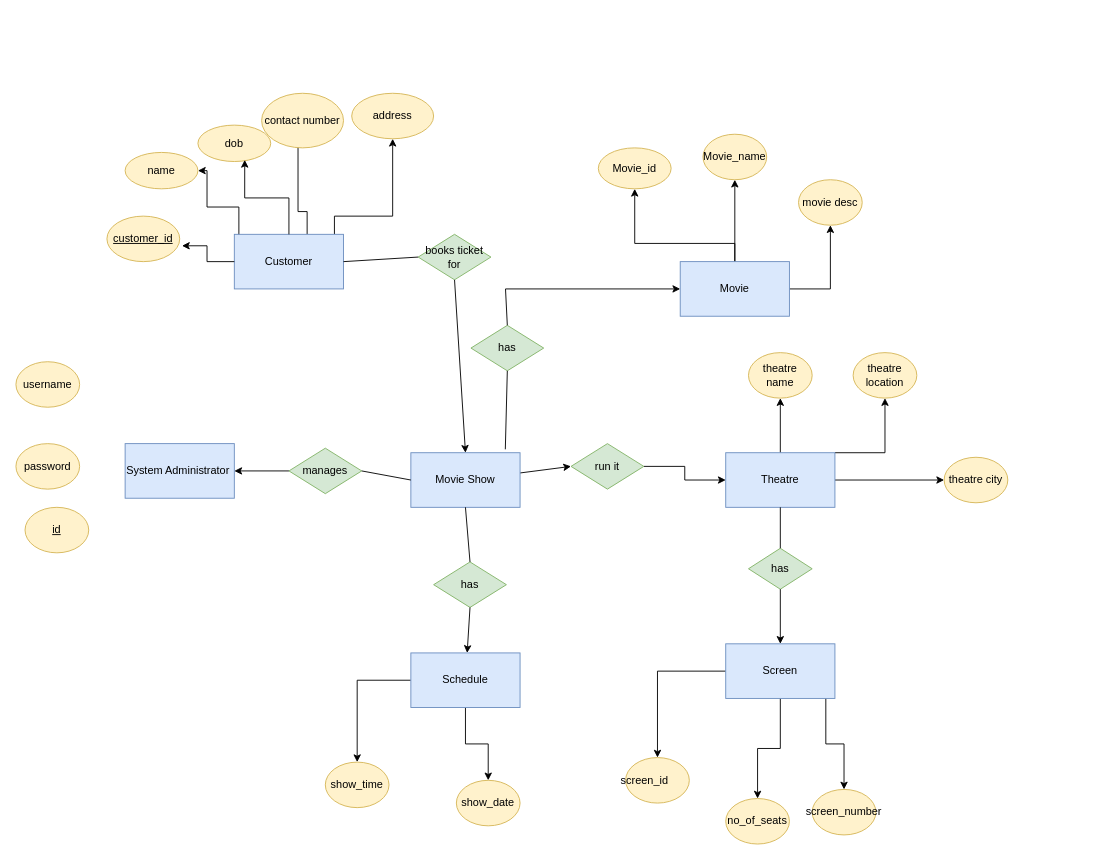
This is page "Page-2" (2 of 2) of usecase diagram.drawio from abhihksd/MovieBookingWebsite, a draw.io file, before an edit. Source tidied: cells renumbered, new cells numbered last; positions are measured from the earlier drawing's top-left corner, leaving out a move shared by most shapes. Both pictures are drawn from the tidied source at 91%, with x=0, y=0 at pixel (15, 93).
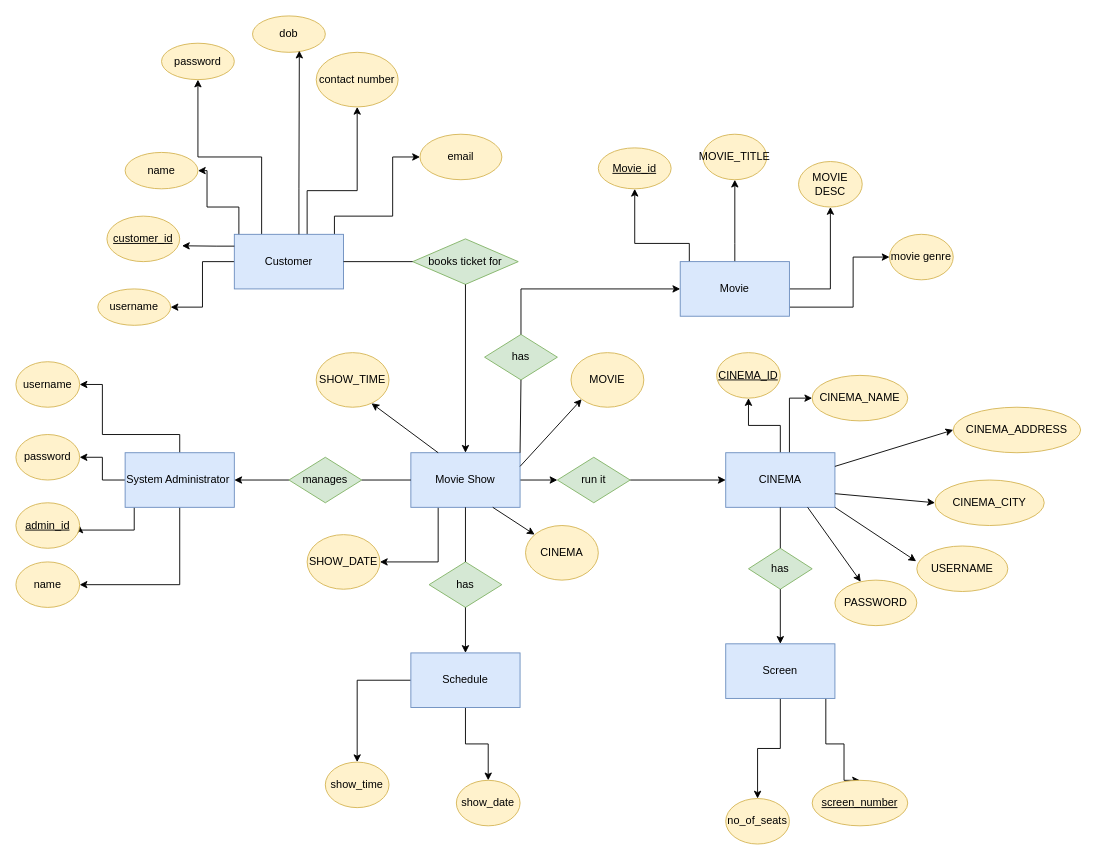
Above is the later version.

Unchanged cells that the change refers to:
```xml
<mxCell id="3" value="Movie Show" style="rounded=0;whiteSpace=wrap;html=1;fillColor=#dae8fc;strokeColor=#6c8ebf;" parent="1" vertex="1">
  <mxGeometry x="434" y="395" width="120" height="60" as="geometry" />
</mxCell>
<mxCell id="7" value="Customer" style="rounded=0;whiteSpace=wrap;html=1;fillColor=#dae8fc;strokeColor=#6c8ebf;" parent="1" vertex="1">
  <mxGeometry x="240" y="155" width="120" height="60" as="geometry" />
</mxCell>
<mxCell id="18" value="Movie" style="rounded=0;whiteSpace=wrap;html=1;fillColor=#dae8fc;strokeColor=#6c8ebf;" parent="1" vertex="1">
  <mxGeometry x="730" y="185" width="120" height="60" as="geometry" />
</mxCell>
<mxCell id="35" value="Screen" style="rounded=0;whiteSpace=wrap;html=1;fillColor=#dae8fc;strokeColor=#6c8ebf;" parent="1" vertex="1">
  <mxGeometry x="780" y="605" width="120" height="60" as="geometry" />
</mxCell>
<mxCell id="41" value="&lt;u&gt;customer_id&lt;/u&gt;" style="ellipse;whiteSpace=wrap;html=1;fillColor=#fff2cc;strokeColor=#d6b656;" parent="1" vertex="1">
  <mxGeometry x="100" y="135" width="80" height="50" as="geometry" />
</mxCell>
<mxCell id="48" value="username" style="ellipse;whiteSpace=wrap;html=1;fillColor=#fff2cc;strokeColor=#d6b656;" parent="1" vertex="1">
  <mxGeometry y="295" width="70" height="50" as="geometry" />
</mxCell>
```

Diff of the diagram source:
```diff
@@
+    <mxCell id="62" style="edgeStyle=orthogonalEdgeStyle;rounded=0;jettySize=auto;html=1;exitX=0.25;exitY=1;exitDx=0;exitDy=0;entryX=1;entryY=0.5;entryDx=0;entryDy=0;" parent="1" edge="1" source="3" target="72">
+      <mxGeometry relative="1" as="geometry" />
+    </mxCell>
@@
+    <mxCell id="6" style="edgeStyle=orthogonalEdgeStyle;rounded=0;jettySize=auto;html=1;" parent="1" edge="1" source="7" target="44">
+      <mxGeometry relative="1" as="geometry">
+        <Array as="points">
+          <mxPoint x="350" y="135" />
+          <mxPoint x="414" y="135" />
+        </Array>
+      </mxGeometry>
+    </mxCell>
     <mxCell id="5" style="edgeStyle=orthogonalEdgeStyle;rounded=0;jettySize=auto;html=1;entryX=0.5;entryY=1;entryDx=0;entryDy=0;" parent="1" edge="1" source="7" target="45">
       <mxGeometry relative="1" as="geometry">
         <Array as="points">
-          <mxPoint x="320" y="130" />
-          <mxPoint x="310" y="130" />
-          <mxPoint x="310" y="35" />
+          <mxPoint x="320" y="107" />
+          <mxPoint x="375" y="107" />
         </Array>
       </mxGeometry>
     </mxCell>
-    <mxCell id="6" style="edgeStyle=orthogonalEdgeStyle;rounded=0;jettySize=auto;html=1;" parent="1" edge="1" source="7" target="44">
-      <mxGeometry relative="1" as="geometry">
-        <Array as="points">
-          <mxPoint x="350" y="135" />
-          <mxPoint x="414" y="135" />
-        </Array>
-      </mxGeometry>
-    </mxCell>
+    <mxCell id="63" style="edgeStyle=orthogonalEdgeStyle;rounded=0;jettySize=auto;html=1;" parent="1" edge="1" source="7" target="80">
+      <mxGeometry relative="1" as="geometry" />
+    </mxCell>
+    <mxCell id="64" style="edgeStyle=orthogonalEdgeStyle;rounded=0;jettySize=auto;html=1;entryX=0.5;entryY=1;entryDx=0;entryDy=0;" parent="1" edge="1" source="7" target="79">
+      <mxGeometry relative="1" as="geometry">
+        <Array as="points">
+          <mxPoint x="270" y="70" />
+          <mxPoint x="200" y="70" />
+        </Array>
+      </mxGeometry>
+    </mxCell>
@@
     <mxCell id="8" style="edgeStyle=orthogonalEdgeStyle;rounded=0;jettySize=auto;html=1;entryX=0;entryY=0.5;entryDx=0;entryDy=0;" parent="1" edge="1" source="11" target="58">
-      <mxGeometry relative="1" as="geometry" />
+      <mxGeometry relative="1" as="geometry">
+        <Array as="points">
+          <mxPoint x="850" y="335" />
+        </Array>
+      </mxGeometry>
     </mxCell>
-    <mxCell id="9" style="edgeStyle=orthogonalEdgeStyle;rounded=0;jettySize=auto;html=1;entryX=0.5;entryY=1;entryDx=0;entryDy=0;exitX=1;exitY=0;exitDx=0;exitDy=0;" parent="1" edge="1" source="11" target="57">
-      <mxGeometry relative="1" as="geometry">
-        <Array as="points">
-          <mxPoint x="955" y="395" />
-        </Array>
-      </mxGeometry>
-    </mxCell>
@@
-    <mxCell id="11" value="Theatre" style="rounded=0;whiteSpace=wrap;html=1;fillColor=#dae8fc;strokeColor=#6c8ebf;" parent="1" vertex="1">
+    <mxCell id="11" value="CINEMA" style="rounded=0;whiteSpace=wrap;html=1;fillColor=#dae8fc;strokeColor=#6c8ebf;" parent="1" vertex="1">
       <mxGeometry x="780" y="395" width="120" height="60" as="geometry" />
     </mxCell>
@@
     <mxCell id="15" style="edgeStyle=orthogonalEdgeStyle;rounded=0;jettySize=auto;html=1;entryX=0.5;entryY=1;entryDx=0;entryDy=0;" parent="1" edge="1" source="18" target="59">
       <mxGeometry relative="1" as="geometry">
         <Array as="points">
-          <mxPoint x="790" y="165" />
+          <mxPoint x="740" y="165" />
           <mxPoint x="680" y="165" />
         </Array>
       </mxGeometry>
     </mxCell>
-    <mxCell id="16" style="edgeStyle=orthogonalEdgeStyle;rounded=0;jettySize=auto;html=1;entryX=0.5;entryY=1;entryDx=0;entryDy=0;" parent="1" edge="1" source="18" target="60">
-      <mxGeometry relative="1" as="geometry" />
+    <mxCell id="16" style="edgeStyle=orthogonalEdgeStyle;rounded=0;jettySize=auto;html=1;entryX=0.5;entryY=1;entryDx=0;entryDy=0;" parent="1" edge="1" source="18">
+      <mxGeometry relative="1" as="geometry">
+        <mxPoint x="790" y="95" as="targetPoint" />
+        <Array as="points">
+          <mxPoint x="790" y="165" />
+          <mxPoint x="790" y="165" />
+        </Array>
+      </mxGeometry>
     </mxCell>
@@
+    <mxCell id="65" style="edgeStyle=orthogonalEdgeStyle;rounded=0;jettySize=auto;html=1;" parent="1" edge="1" source="18" target="78">
+      <mxGeometry relative="1" as="geometry">
+        <Array as="points">
+          <mxPoint x="920" y="235" />
+          <mxPoint x="920" y="180" />
+        </Array>
+      </mxGeometry>
+    </mxCell>
@@
+    <mxCell id="66" style="edgeStyle=orthogonalEdgeStyle;rounded=0;jettySize=auto;html=1;entryX=1;entryY=0.5;entryDx=0;entryDy=0;" parent="1" edge="1" source="19" target="49">
+      <mxGeometry relative="1" as="geometry" />
+    </mxCell>
+    <mxCell id="67" style="edgeStyle=orthogonalEdgeStyle;rounded=0;jettySize=auto;html=1;entryX=1;entryY=0.5;entryDx=0;entryDy=0;" parent="1" edge="1" source="19" target="50">
+      <mxGeometry relative="1" as="geometry">
+        <Array as="points">
+          <mxPoint x="130" y="480" />
+        </Array>
+      </mxGeometry>
+    </mxCell>
+    <mxCell id="68" style="edgeStyle=orthogonalEdgeStyle;rounded=0;jettySize=auto;html=1;entryX=1;entryY=0.5;entryDx=0;entryDy=0;" parent="1" edge="1" source="19" target="48">
+      <mxGeometry relative="1" as="geometry">
+        <Array as="points">
+          <mxPoint x="180" y="375" />
+          <mxPoint x="95" y="375" />
+          <mxPoint x="95" y="320" />
+        </Array>
+      </mxGeometry>
+    </mxCell>
+    <mxCell id="69" style="edgeStyle=orthogonalEdgeStyle;rounded=0;jettySize=auto;html=1;entryX=1;entryY=0.5;entryDx=0;entryDy=0;" parent="1" edge="1" source="19" target="81">
+      <mxGeometry relative="1" as="geometry">
+        <Array as="points">
+          <mxPoint x="180" y="540" />
+        </Array>
+      </mxGeometry>
+    </mxCell>
     <mxCell id="19" value="System Administrator&amp;nbsp;" style="rounded=0;whiteSpace=wrap;html=1;fillColor=#dae8fc;strokeColor=#6c8ebf;" parent="1" vertex="1">
-      <mxGeometry x="120" y="385" width="120" height="60" as="geometry" />
+      <mxGeometry x="120" y="395" width="120" height="60" as="geometry" />
     </mxCell>
     <mxCell id="20" value="has" style="rhombus;whiteSpace=wrap;html=1;fillColor=#d5e8d4;strokeColor=#82b366;" parent="1" vertex="1">
-      <mxGeometry x="500" y="255" width="80" height="50" as="geometry" />
+      <mxGeometry x="515" y="265" width="80" height="50" as="geometry" />
     </mxCell>
     <mxCell id="21" value="manages" style="rhombus;whiteSpace=wrap;html=1;fillColor=#d5e8d4;strokeColor=#82b366;" parent="1" vertex="1">
-      <mxGeometry x="300" y="390" width="80" height="50" as="geometry" />
+      <mxGeometry x="300" y="400" width="80" height="50" as="geometry" />
     </mxCell>
     <mxCell id="22" value="has" style="rhombus;whiteSpace=wrap;html=1;fillColor=#d5e8d4;strokeColor=#82b366;" parent="1" vertex="1">
-      <mxGeometry x="459" y="515" width="80" height="50" as="geometry" />
+      <mxGeometry x="454" y="515" width="80" height="50" as="geometry" />
     </mxCell>
     <mxCell id="23" style="edgeStyle=orthogonalEdgeStyle;rounded=0;jettySize=auto;html=1;entryX=0;entryY=0.5;entryDx=0;entryDy=0;" parent="1" edge="1" source="24" target="11">
-      <mxGeometry relative="1" as="geometry" />
+      <mxGeometry relative="1" as="geometry">
+        <Array as="points">
+          <mxPoint x="710" y="425" />
+          <mxPoint x="710" y="425" />
+        </Array>
+      </mxGeometry>
     </mxCell>
     <mxCell id="24" value="run it" style="rhombus;whiteSpace=wrap;html=1;fillColor=#d5e8d4;strokeColor=#82b366;" parent="1" vertex="1">
-      <mxGeometry x="610" y="385" width="80" height="50" as="geometry" />
+      <mxGeometry x="595" y="400" width="80" height="50" as="geometry" />
     </mxCell>
     <mxCell id="25" value="books ticket for" style="rhombus;whiteSpace=wrap;html=1;fillColor=#d5e8d4;strokeColor=#82b366;" parent="1" vertex="1">
-      <mxGeometry x="442" y="155" width="80" height="50" as="geometry" />
+      <mxGeometry x="436" y="160" width="116" height="50" as="geometry" />
     </mxCell>
@@
     <mxCell id="28" style="endArrow=classic;html=1;rounded=0;entryX=0;entryY=0.5;entryDx=0;entryDy=0;exitX=0.5;exitY=0;exitDx=0;exitDy=0;" parent="1" edge="1" source="20" target="18">
       <mxGeometry relative="1" as="geometry">
         <Array as="points">
-          <mxPoint x="538" y="215" />
+          <mxPoint x="555" y="215" />
         </Array>
       </mxGeometry>
     </mxCell>
-    <mxCell id="29" style="endArrow=none;html=1;rounded=0;entryX=0.5;entryY=1;entryDx=0;entryDy=0;exitX=0.865;exitY=-0.062;exitDx=0;exitDy=0;exitPerimeter=0;" parent="1" edge="1" source="3" target="20">
+    <mxCell id="29" style="endArrow=none;html=1;rounded=0;entryX=0.5;entryY=1;entryDx=0;entryDy=0;exitX=1;exitY=0;exitDx=0;exitDy=0;" parent="1" edge="1" source="3" target="20">
       <mxGeometry relative="1" as="geometry" />
     </mxCell>
@@
-    <mxCell id="32" style="edgeStyle=orthogonalEdgeStyle;rounded=0;jettySize=auto;html=1;entryX=0.5;entryY=0;entryDx=0;entryDy=0;" parent="1" edge="1" source="35" target="55">
-      <mxGeometry relative="1" as="geometry" />
-    </mxCell>
@@
     <mxCell id="43" value="dob" style="ellipse;whiteSpace=wrap;html=1;fillColor=#fff2cc;strokeColor=#d6b656;" parent="1" vertex="1">
-      <mxGeometry x="200" y="35" width="80" height="40" as="geometry" />
+      <mxGeometry x="260" y="-85" width="80" height="40" as="geometry" />
     </mxCell>
-    <mxCell id="44" value="address" style="ellipse;whiteSpace=wrap;html=1;fillColor=#fff2cc;strokeColor=#d6b656;" parent="1" vertex="1">
-      <mxGeometry x="369" width="90" height="50" as="geometry" />
+    <mxCell id="44" value="email" style="ellipse;whiteSpace=wrap;html=1;fillColor=#fff2cc;strokeColor=#d6b656;" parent="1" vertex="1">
+      <mxGeometry x="444" y="45" width="90" height="50" as="geometry" />
     </mxCell>
     <mxCell id="45" value="contact number" style="ellipse;whiteSpace=wrap;html=1;fillColor=#fff2cc;strokeColor=#d6b656;" parent="1" vertex="1">
-      <mxGeometry x="270" width="90" height="60" as="geometry" />
+      <mxGeometry x="330" y="-45" width="90" height="60" as="geometry" />
     </mxCell>
     <mxCell id="46" style="edgeStyle=orthogonalEdgeStyle;rounded=0;jettySize=auto;html=1;entryX=1.031;entryY=0.652;entryDx=0;entryDy=0;entryPerimeter=0;" parent="1" edge="1" source="7" target="41">
-      <mxGeometry relative="1" as="geometry" />
+      <mxGeometry relative="1" as="geometry">
+        <Array as="points">
+          <mxPoint x="220" y="168" />
+          <mxPoint x="220" y="168" />
+        </Array>
+      </mxGeometry>
     </mxCell>
     <mxCell id="47" style="edgeStyle=orthogonalEdgeStyle;rounded=0;jettySize=auto;html=1;entryX=0.643;entryY=0.955;entryDx=0;entryDy=0;entryPerimeter=0;" parent="1" edge="1" source="7" target="43">
-      <mxGeometry relative="1" as="geometry" />
+      <mxGeometry relative="1" as="geometry">
+        <Array as="points">
+          <mxPoint x="311" y="105" />
+          <mxPoint x="311" y="105" />
+        </Array>
+      </mxGeometry>
     </mxCell>
@@
     <mxCell id="49" value="password" style="ellipse;whiteSpace=wrap;html=1;fillColor=#fff2cc;strokeColor=#d6b656;" parent="1" vertex="1">
-      <mxGeometry y="385" width="70" height="50" as="geometry" />
+      <mxGeometry y="375" width="70" height="50" as="geometry" />
     </mxCell>
-    <mxCell id="50" value="&lt;u&gt;id&lt;/u&gt;" style="ellipse;whiteSpace=wrap;html=1;fillColor=#fff2cc;strokeColor=#d6b656;" parent="1" vertex="1">
-      <mxGeometry x="10" y="455" width="70" height="50" as="geometry" />
+    <mxCell id="50" value="&lt;u&gt;admin_id&lt;/u&gt;" style="ellipse;whiteSpace=wrap;html=1;fillColor=#fff2cc;strokeColor=#d6b656;" parent="1" vertex="1">
+      <mxGeometry y="450" width="70" height="50" as="geometry" />
     </mxCell>
@@
-    <mxCell id="53" value="screen_number" style="ellipse;whiteSpace=wrap;html=1;fillColor=#fff2cc;strokeColor=#d6b656;" parent="1" vertex="1">
-      <mxGeometry x="875" y="765" width="70" height="50" as="geometry" />
+    <mxCell id="53" value="&lt;u&gt;screen_number&lt;/u&gt;" style="ellipse;whiteSpace=wrap;html=1;fillColor=#fff2cc;strokeColor=#d6b656;" parent="1" vertex="1">
+      <mxGeometry x="875" y="755" width="105" height="50" as="geometry" />
     </mxCell>
@@
-    <mxCell id="55" value="screen_id&lt;span style=&quot;white-space: pre;&quot;&gt;&#9;&lt;/span&gt;" style="ellipse;whiteSpace=wrap;html=1;fillColor=#fff2cc;strokeColor=#d6b656;" parent="1" vertex="1">
-      <mxGeometry x="670" y="730" width="70" height="50" as="geometry" />
-    </mxCell>
-    <mxCell id="56" value="theatre name" style="ellipse;whiteSpace=wrap;html=1;fillColor=#fff2cc;strokeColor=#d6b656;" parent="1" vertex="1">
-      <mxGeometry x="805" y="285" width="70" height="50" as="geometry" />
+    <mxCell id="56" value="&lt;u&gt;CINEMA_ID&lt;/u&gt;" style="ellipse;whiteSpace=wrap;html=1;fillColor=#fff2cc;strokeColor=#d6b656;" parent="1" vertex="1">
+      <mxGeometry x="770" y="285" width="70" height="50" as="geometry" />
     </mxCell>
-    <mxCell id="57" value="theatre location" style="ellipse;whiteSpace=wrap;html=1;fillColor=#fff2cc;strokeColor=#d6b656;" parent="1" vertex="1">
-      <mxGeometry x="920" y="285" width="70" height="50" as="geometry" />
+    <mxCell id="57" value="CINEMA_ADDRESS" style="ellipse;whiteSpace=wrap;html=1;fillColor=#fff2cc;strokeColor=#d6b656;" parent="1" vertex="1">
+      <mxGeometry x="1030" y="345" width="140" height="50" as="geometry" />
     </mxCell>
-    <mxCell id="58" value="theatre city" style="ellipse;whiteSpace=wrap;html=1;fillColor=#fff2cc;strokeColor=#d6b656;" parent="1" vertex="1">
-      <mxGeometry x="1020" y="400" width="70" height="50" as="geometry" />
+    <mxCell id="58" value="CINEMA_NAME" style="ellipse;whiteSpace=wrap;html=1;fillColor=#fff2cc;strokeColor=#d6b656;" parent="1" vertex="1">
+      <mxGeometry x="875" y="310" width="105" height="50" as="geometry" />
     </mxCell>
-    <mxCell id="59" value="Movie_id" style="ellipse;whiteSpace=wrap;html=1;fillColor=#fff2cc;strokeColor=#d6b656;" parent="1" vertex="1">
+    <mxCell id="59" value="&lt;u&gt;Movie_id&lt;/u&gt;" style="ellipse;whiteSpace=wrap;html=1;fillColor=#fff2cc;strokeColor=#d6b656;" parent="1" vertex="1">
       <mxGeometry x="640" y="60" width="80" height="45" as="geometry" />
     </mxCell>
-    <mxCell id="60" value="Movie_name" style="ellipse;whiteSpace=wrap;html=1;fillColor=#fff2cc;strokeColor=#d6b656;" parent="1" vertex="1">
-      <mxGeometry x="755" y="45" width="70" height="50" as="geometry" />
-    </mxCell>
-    <mxCell id="61" value="movie desc" style="ellipse;whiteSpace=wrap;html=1;fillColor=#fff2cc;strokeColor=#d6b656;" parent="1" vertex="1">
-      <mxGeometry x="860" y="95" width="70" height="50" as="geometry" />
+    <mxCell id="61" value="MOVIE DESC" style="ellipse;whiteSpace=wrap;html=1;fillColor=#fff2cc;strokeColor=#d6b656;" parent="1" vertex="1">
+      <mxGeometry x="860" y="75" width="70" height="50" as="geometry" />
     </mxCell>
+    <mxCell id="70" value="CINEMA" style="ellipse;whiteSpace=wrap;html=1;fillColor=#fff2cc;strokeColor=#d6b656;" parent="1" vertex="1">
+      <mxGeometry x="560" y="475" width="80" height="60" as="geometry" />
+    </mxCell>
+    <mxCell id="71" value="MOVIE" style="ellipse;whiteSpace=wrap;html=1;fillColor=#fff2cc;strokeColor=#d6b656;" parent="1" vertex="1">
+      <mxGeometry x="610" y="285" width="80" height="60" as="geometry" />
+    </mxCell>
+    <mxCell id="72" value="SHOW_DATE" style="ellipse;whiteSpace=wrap;html=1;fillColor=#fff2cc;strokeColor=#d6b656;" parent="1" vertex="1">
+      <mxGeometry x="320" y="485" width="80" height="60" as="geometry" />
+    </mxCell>
+    <mxCell id="73" value="SHOW_TIME" style="ellipse;whiteSpace=wrap;html=1;fillColor=#fff2cc;strokeColor=#d6b656;" parent="1" vertex="1">
+      <mxGeometry x="330" y="285" width="80" height="60" as="geometry" />
+    </mxCell>
+    <mxCell id="74" value="CINEMA_CITY" style="ellipse;whiteSpace=wrap;html=1;fillColor=#fff2cc;strokeColor=#d6b656;" parent="1" vertex="1">
+      <mxGeometry x="1010" y="425" width="120" height="50" as="geometry" />
+    </mxCell>
+    <mxCell id="75" value="USERNAME" style="ellipse;whiteSpace=wrap;html=1;fillColor=#fff2cc;strokeColor=#d6b656;" parent="1" vertex="1">
+      <mxGeometry x="990" y="497.5" width="100" height="50" as="geometry" />
+    </mxCell>
+    <mxCell id="76" value="PASSWORD" style="ellipse;whiteSpace=wrap;html=1;fillColor=#fff2cc;strokeColor=#d6b656;" parent="1" vertex="1">
+      <mxGeometry x="900" y="535" width="90" height="50" as="geometry" />
+    </mxCell>
+    <mxCell id="77" value="MOVIE_TITLE" style="ellipse;whiteSpace=wrap;html=1;fillColor=#fff2cc;strokeColor=#d6b656;" parent="1" vertex="1">
+      <mxGeometry x="755" y="45" width="70" height="50" as="geometry" />
+    </mxCell>
+    <mxCell id="78" value="movie genre" style="ellipse;whiteSpace=wrap;html=1;fillColor=#fff2cc;strokeColor=#d6b656;" parent="1" vertex="1">
+      <mxGeometry x="960" y="155" width="70" height="50" as="geometry" />
+    </mxCell>
+    <mxCell id="79" value="password" style="ellipse;whiteSpace=wrap;html=1;fillColor=#fff2cc;strokeColor=#d6b656;" parent="1" vertex="1">
+      <mxGeometry x="160" y="-55" width="80" height="40" as="geometry" />
+    </mxCell>
+    <mxCell id="80" value="username" style="ellipse;whiteSpace=wrap;html=1;fillColor=#fff2cc;strokeColor=#d6b656;" parent="1" vertex="1">
+      <mxGeometry x="90" y="215" width="80" height="40" as="geometry" />
+    </mxCell>
+    <mxCell id="81" value="name" style="ellipse;whiteSpace=wrap;html=1;fillColor=#fff2cc;strokeColor=#d6b656;" parent="1" vertex="1">
+      <mxGeometry y="515" width="70" height="50" as="geometry" />
+    </mxCell>
+    <mxCell id="82" style="endArrow=classic;html=1;rounded=0;entryX=0.76;entryY=0.928;entryDx=0;entryDy=0;entryPerimeter=0;exitX=0.25;exitY=0;exitDx=0;exitDy=0;" parent="1" edge="1" source="3" target="73">
+      <mxGeometry relative="1" as="geometry" />
+    </mxCell>
+    <mxCell id="83" style="endArrow=classic;html=1;rounded=0;entryX=0;entryY=1;entryDx=0;entryDy=0;exitX=1;exitY=0.25;exitDx=0;exitDy=0;" parent="1" edge="1" source="3" target="71">
+      <mxGeometry relative="1" as="geometry" />
+    </mxCell>
+    <mxCell id="84" style="endArrow=classic;html=1;rounded=0;exitX=0.75;exitY=1;exitDx=0;exitDy=0;" parent="1" edge="1" source="3">
+      <mxGeometry relative="1" as="geometry">
+        <mxPoint x="570" y="485" as="targetPoint" />
+      </mxGeometry>
+    </mxCell>
+    <mxCell id="9" style="endArrow=classic;html=1;rounded=0;entryX=0;entryY=0.5;entryDx=0;entryDy=0;exitX=1;exitY=0.25;exitDx=0;exitDy=0;" parent="1" edge="1" source="11" target="57">
+      <mxGeometry relative="1" as="geometry" />
+    </mxCell>
+    <mxCell id="85" style="endArrow=classic;html=1;rounded=0;entryX=0;entryY=0.5;entryDx=0;entryDy=0;exitX=1;exitY=0.75;exitDx=0;exitDy=0;" parent="1" edge="1" source="11" target="74">
+      <mxGeometry relative="1" as="geometry" />
+    </mxCell>
+    <mxCell id="86" style="endArrow=classic;html=1;rounded=0;entryX=-0.007;entryY=0.335;entryDx=0;entryDy=0;entryPerimeter=0;exitX=1;exitY=1;exitDx=0;exitDy=0;" parent="1" edge="1" source="11" target="75">
+      <mxGeometry relative="1" as="geometry" />
+    </mxCell>
+    <mxCell id="87" style="endArrow=classic;html=1;rounded=0;exitX=0.75;exitY=1;exitDx=0;exitDy=0;" parent="1" edge="1" source="11" target="76">
+      <mxGeometry relative="1" as="geometry" />
+    </mxCell>
```
